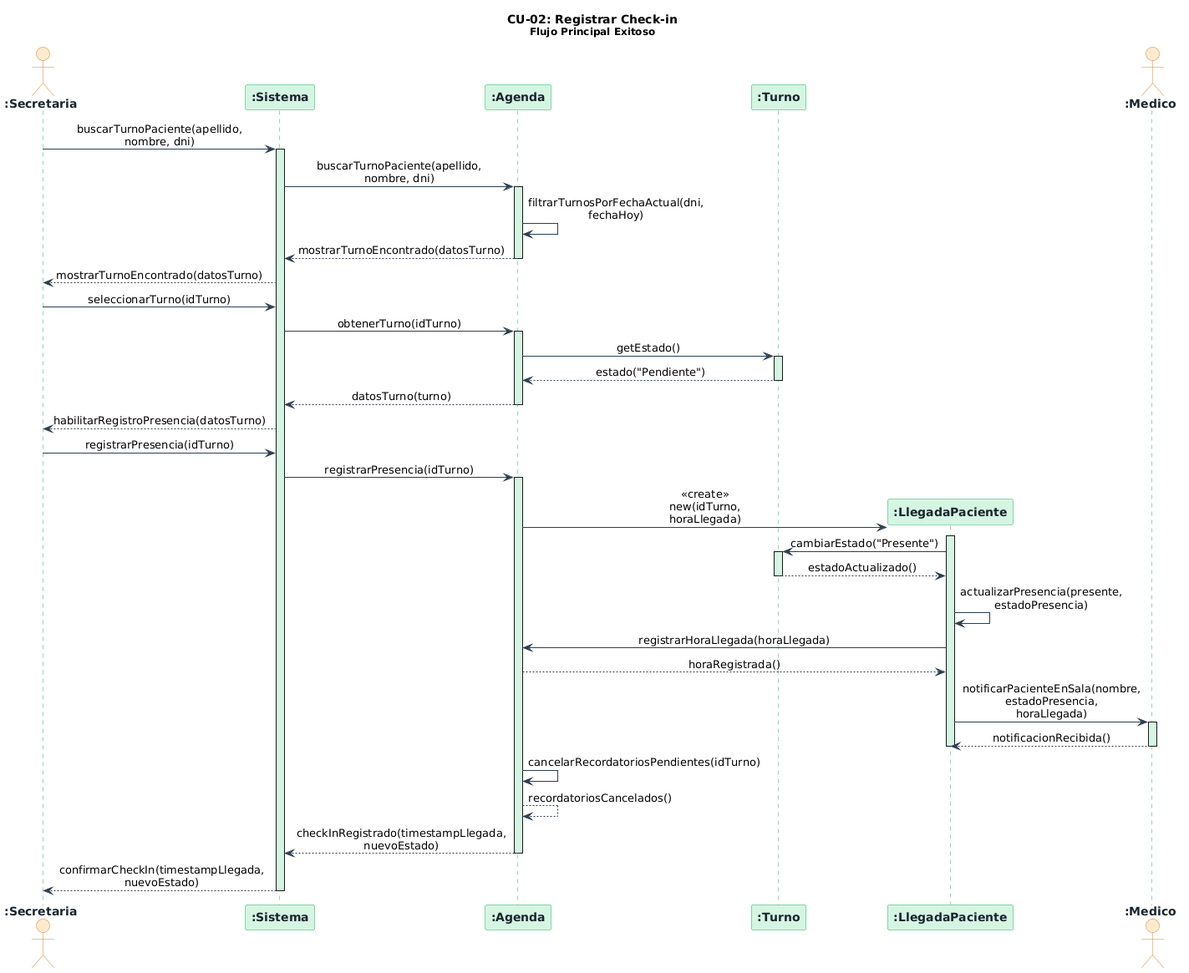
angelgc9107-lgtm/SistemaTurnosMedicos_GP6 keeps this PlantUML diagram as diagramas/05-diagramas-secuencia/05-cu02-registrar-checkin.png. Above is the earlier version.
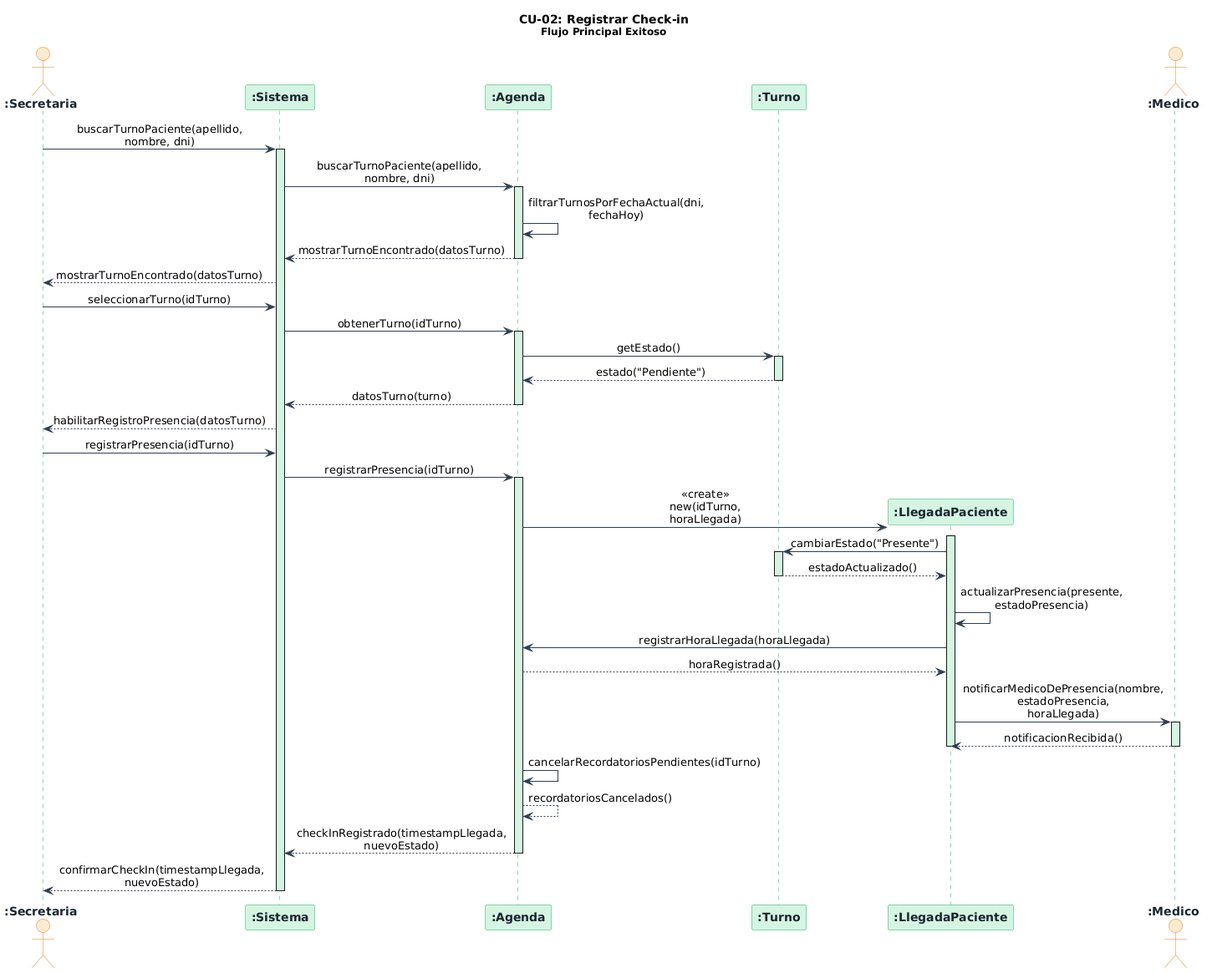
The same file after the commit.

The edit, as a diff of the source:
```diff
@@ -69,7 +69,7 @@
 llegadaPaciente ->  agenda      : registrarHoraLlegada(horaLlegada)
 agenda      -->  llegadaPaciente : horaRegistrada()
 
-llegadaPaciente ->  medico      : notificarPacienteEnSala(nombre, estadoPresencia, horaLlegada)
+llegadaPaciente ->  medico      : notificarMedicoDePresencia(nombre, estadoPresencia, horaLlegada)
 activate medico
 medico      -->  llegadaPaciente : notificacionRecibida()
 deactivate medico
```
